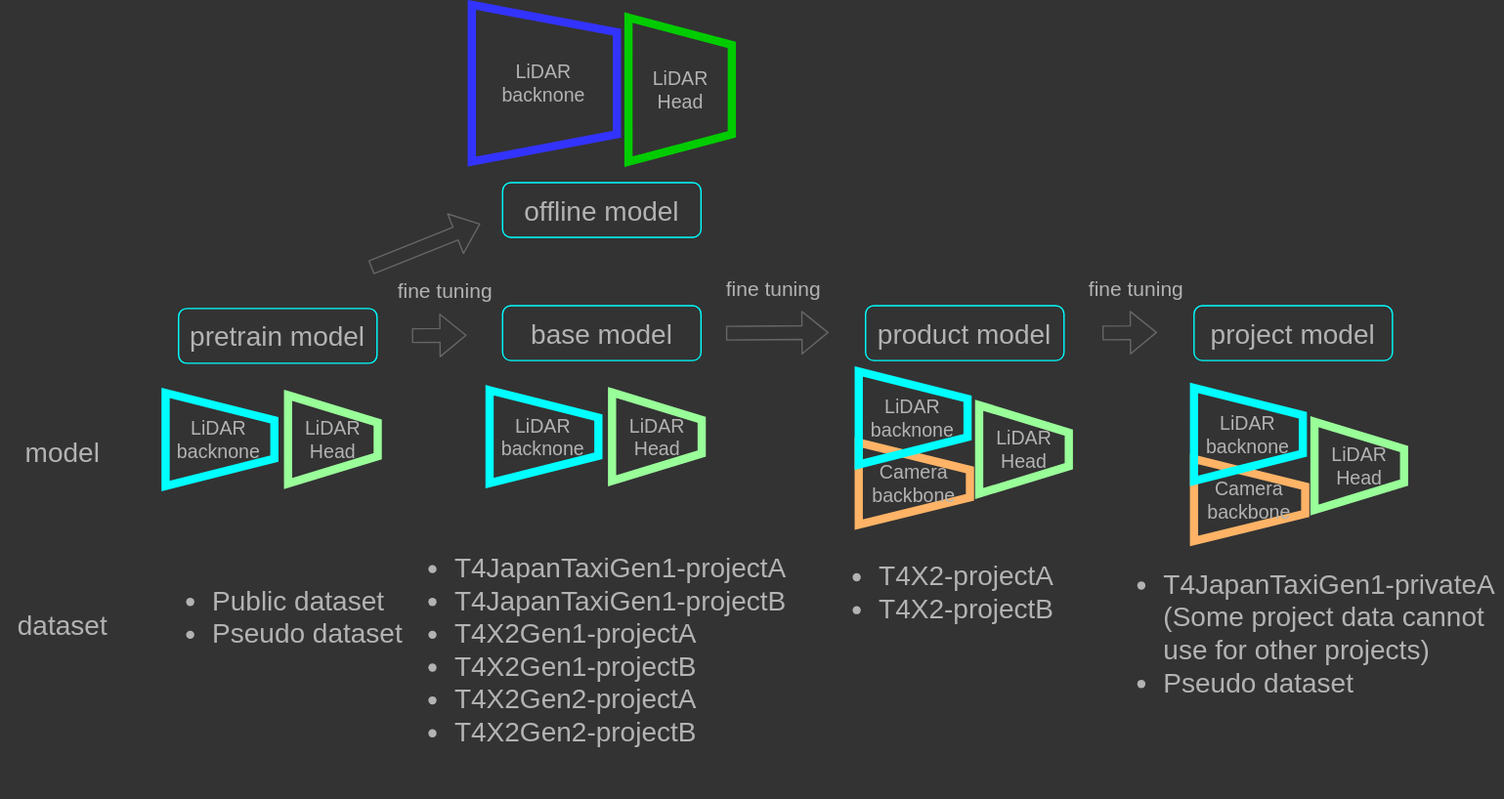
tier4/AWML keeps this draw.io diagram as docs/fig/model_type_2.drawio.svg. Above is the earlier version. Source tidied: cells renumbered, new cells last; positions are measured from the earlier drawing's top-left corner, leaving out a move shared by most shapes.
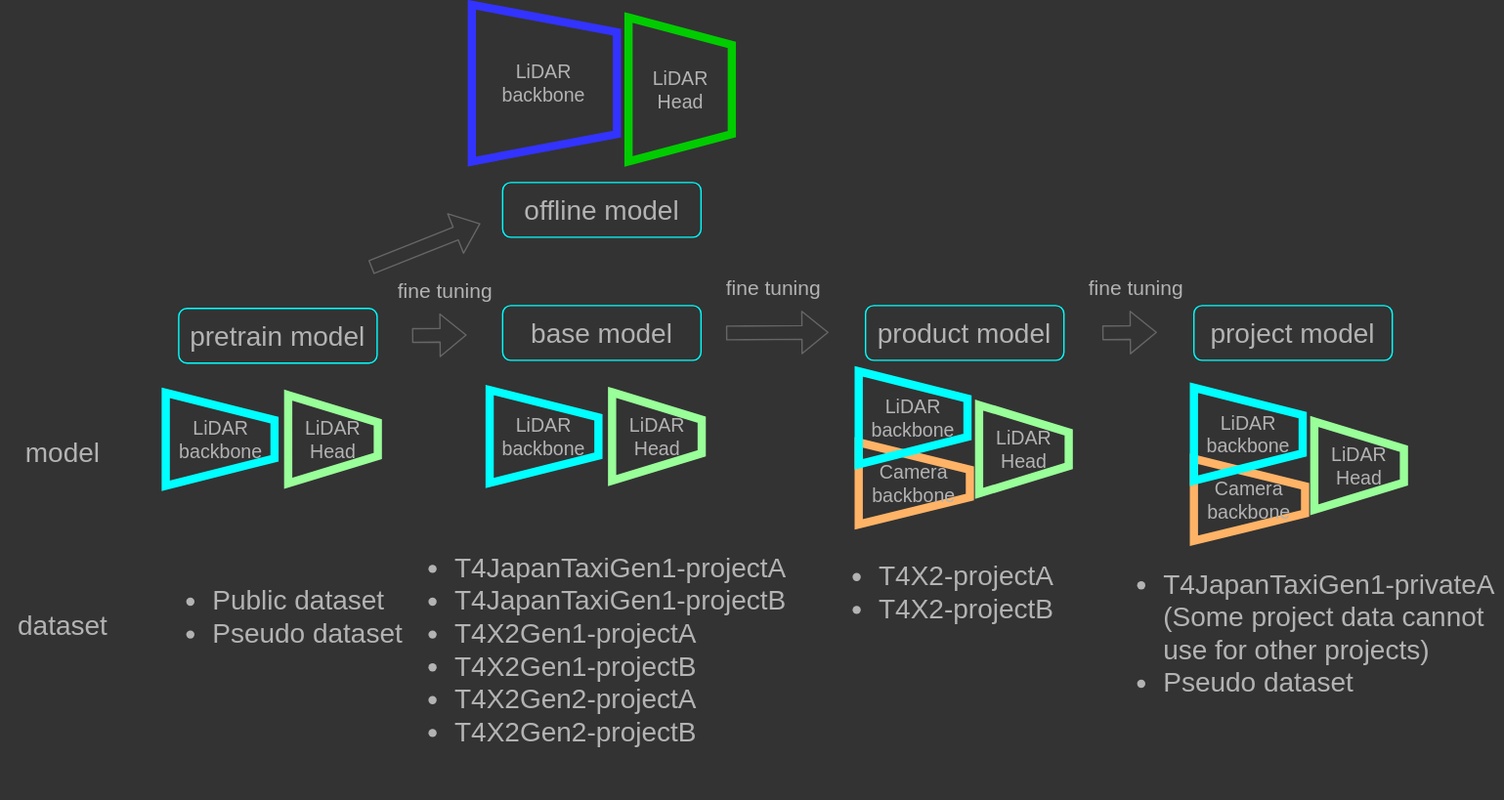
After the change.

The edit, as a diff of the source:
```diff
@@ -20,7 +20,7 @@
     <mxCell id="6" value="&lt;font style=&quot;font-size: 20px;&quot;&gt;product model&lt;/font&gt;" style="rounded=1;whiteSpace=wrap;html=1;strokeColor=#00FFFF;fillColor=none;fontColor=#B3B3B3;" parent="1" vertex="1">
       <mxGeometry x="632" y="220" width="145" height="40" as="geometry" />
     </mxCell>
-    <mxCell id="7" value="&lt;font style=&quot;font-size: 14px;&quot;&gt;LiDAR&lt;br&gt;backnone&lt;/font&gt;" style="shape=trapezoid;perimeter=trapezoidPerimeter;whiteSpace=wrap;html=1;fixedSize=1;rotation=0;fillColor=none;fontColor=#B3B3B3;strokeColor=#00FFFF;strokeWidth=6;direction=south;" parent="1" vertex="1">
+    <mxCell id="7" value="&lt;font style=&quot;font-size: 14px;&quot;&gt;LiDAR&lt;br&gt;backbone&lt;/font&gt;" style="shape=trapezoid;perimeter=trapezoidPerimeter;whiteSpace=wrap;html=1;fixedSize=1;rotation=0;fillColor=none;fontColor=#B3B3B3;strokeColor=#00FFFF;strokeWidth=6;direction=south;" parent="1" vertex="1">
       <mxGeometry x="357.2" y="281.7" width="79.5" height="68" as="geometry" />
     </mxCell>
     <mxCell id="8" value="&lt;span style=&quot;font-size: 14px;&quot;&gt;LiDAR&lt;br&gt;Head&lt;/span&gt;" style="shape=trapezoid;perimeter=trapezoidPerimeter;whiteSpace=wrap;html=1;fixedSize=1;rotation=0;fillColor=none;fontColor=#B3B3B3;strokeColor=#99FF99;strokeWidth=6;direction=south;" parent="1" vertex="1">
@@ -47,7 +47,7 @@
     <mxCell id="14" value="&lt;font style=&quot;font-size: 14px;&quot;&gt;Camera&lt;br&gt;backbone&lt;/font&gt;" style="shape=trapezoid;perimeter=trapezoidPerimeter;whiteSpace=wrap;html=1;fixedSize=1;rotation=0;fillColor=none;fontColor=#B3B3B3;strokeColor=#FFB366;strokeWidth=6;direction=south;" parent="1" vertex="1">
       <mxGeometry x="627" y="320" width="81.2" height="60" as="geometry" />
     </mxCell>
-    <mxCell id="15" value="&lt;font style=&quot;font-size: 14px;&quot;&gt;LiDAR&lt;br&gt;backnone&lt;/font&gt;" style="shape=trapezoid;perimeter=trapezoidPerimeter;whiteSpace=wrap;html=1;fixedSize=1;rotation=0;fillColor=none;fontColor=#B3B3B3;strokeColor=#00FFFF;strokeWidth=6;direction=south;" parent="1" vertex="1">
+    <mxCell id="15" value="&lt;font style=&quot;font-size: 14px;&quot;&gt;LiDAR&lt;br&gt;backbone&lt;/font&gt;" style="shape=trapezoid;perimeter=trapezoidPerimeter;whiteSpace=wrap;html=1;fixedSize=1;rotation=0;fillColor=none;fontColor=#B3B3B3;strokeColor=#00FFFF;strokeWidth=6;direction=south;" parent="1" vertex="1">
       <mxGeometry x="627" y="268" width="79.5" height="68" as="geometry" />
     </mxCell>
     <mxCell id="16" value="&lt;span style=&quot;font-size: 14px;&quot;&gt;LiDAR&lt;br&gt;Head&lt;/span&gt;" style="shape=trapezoid;perimeter=trapezoidPerimeter;whiteSpace=wrap;html=1;fixedSize=1;rotation=0;fillColor=none;fontColor=#B3B3B3;strokeColor=#99FF99;strokeWidth=6;direction=south;" parent="1" vertex="1">
@@ -56,13 +56,13 @@
     <mxCell id="17" value="&lt;font style=&quot;font-size: 14px;&quot;&gt;Camera&lt;br&gt;backbone&lt;/font&gt;" style="shape=trapezoid;perimeter=trapezoidPerimeter;whiteSpace=wrap;html=1;fixedSize=1;rotation=0;fillColor=none;fontColor=#B3B3B3;strokeColor=#FFB366;strokeWidth=6;direction=south;" parent="1" vertex="1">
       <mxGeometry x="872" y="332" width="81.2" height="60" as="geometry" />
     </mxCell>
-    <mxCell id="18" value="&lt;font style=&quot;font-size: 14px;&quot;&gt;LiDAR&lt;br&gt;backnone&lt;/font&gt;" style="shape=trapezoid;perimeter=trapezoidPerimeter;whiteSpace=wrap;html=1;fixedSize=1;rotation=0;fillColor=none;fontColor=#B3B3B3;strokeColor=#00FFFF;strokeWidth=6;direction=south;" parent="1" vertex="1">
+    <mxCell id="18" value="&lt;font style=&quot;font-size: 14px;&quot;&gt;LiDAR&lt;br&gt;backbone&lt;/font&gt;" style="shape=trapezoid;perimeter=trapezoidPerimeter;whiteSpace=wrap;html=1;fixedSize=1;rotation=0;fillColor=none;fontColor=#B3B3B3;strokeColor=#00FFFF;strokeWidth=6;direction=south;" parent="1" vertex="1">
       <mxGeometry x="872" y="280" width="79.5" height="68" as="geometry" />
     </mxCell>
     <mxCell id="19" value="&lt;span style=&quot;font-size: 14px;&quot;&gt;LiDAR&lt;br&gt;Head&lt;/span&gt;" style="shape=trapezoid;perimeter=trapezoidPerimeter;whiteSpace=wrap;html=1;fixedSize=1;rotation=0;fillColor=none;fontColor=#B3B3B3;strokeColor=#99FF99;strokeWidth=6;direction=south;" parent="1" vertex="1">
       <mxGeometry x="960" y="304.7" width="65.5" height="64.6" as="geometry" />
     </mxCell>
-    <mxCell id="20" value="&lt;font style=&quot;font-size: 14px;&quot;&gt;LiDAR&lt;br&gt;backnone&lt;/font&gt;" style="shape=trapezoid;perimeter=trapezoidPerimeter;whiteSpace=wrap;html=1;fixedSize=1;rotation=0;fillColor=none;fontColor=#B3B3B3;strokeColor=#3333FF;strokeWidth=6;direction=south;" parent="1" vertex="1">
+    <mxCell id="20" value="&lt;font style=&quot;font-size: 14px;&quot;&gt;LiDAR&lt;br&gt;backbone&lt;/font&gt;" style="shape=trapezoid;perimeter=trapezoidPerimeter;whiteSpace=wrap;html=1;fixedSize=1;rotation=0;fillColor=none;fontColor=#B3B3B3;strokeColor=#3333FF;strokeWidth=6;direction=south;" parent="1" vertex="1">
       <mxGeometry x="344.2" width="106" height="114.6" as="geometry" />
     </mxCell>
     <mxCell id="21" value="&lt;span style=&quot;font-size: 14px;&quot;&gt;LiDAR&lt;br&gt;Head&lt;/span&gt;" style="shape=trapezoid;perimeter=trapezoidPerimeter;whiteSpace=wrap;html=1;fixedSize=1;rotation=0;fillColor=none;fontColor=#B3B3B3;strokeColor=#00CC00;strokeWidth=6;direction=south;" parent="1" vertex="1">
@@ -80,7 +80,7 @@
     <mxCell id="24" value="&lt;ul&gt;&lt;li&gt;&lt;span style=&quot;background-color: initial;&quot;&gt;Public dataset&lt;/span&gt;&lt;/li&gt;&lt;li&gt;&lt;span style=&quot;background-color: initial;&quot;&gt;Pseudo dataset&lt;/span&gt;&lt;br&gt;&lt;/li&gt;&lt;/ul&gt;" style="text;html=1;strokeColor=none;fillColor=none;align=left;verticalAlign=middle;whiteSpace=wrap;rounded=0;fontSize=20;fontColor=#B3B3B3;" parent="1" vertex="1">
       <mxGeometry x="113" y="412" width="197.5" height="70" as="geometry" />
     </mxCell>
-    <mxCell id="25" value="&lt;font style=&quot;font-size: 14px;&quot;&gt;LiDAR&lt;br&gt;backnone&lt;/font&gt;" style="shape=trapezoid;perimeter=trapezoidPerimeter;whiteSpace=wrap;html=1;fixedSize=1;rotation=0;fillColor=none;fontColor=#B3B3B3;strokeColor=#00FFFF;strokeWidth=6;direction=south;" parent="1" vertex="1">
+    <mxCell id="25" value="&lt;font style=&quot;font-size: 14px;&quot;&gt;LiDAR&lt;br&gt;backbone&lt;/font&gt;" style="shape=trapezoid;perimeter=trapezoidPerimeter;whiteSpace=wrap;html=1;fixedSize=1;rotation=0;fillColor=none;fontColor=#B3B3B3;strokeColor=#00FFFF;strokeWidth=6;direction=south;" parent="1" vertex="1">
       <mxGeometry x="120.5" y="283.7" width="79.5" height="68" as="geometry" />
     </mxCell>
     <mxCell id="26" value="&lt;span style=&quot;font-size: 14px;&quot;&gt;LiDAR&lt;br&gt;Head&lt;/span&gt;" style="shape=trapezoid;perimeter=trapezoidPerimeter;whiteSpace=wrap;html=1;fixedSize=1;rotation=0;fillColor=none;fontColor=#B3B3B3;strokeColor=#99FF99;strokeWidth=6;direction=south;" parent="1" vertex="1">
```
